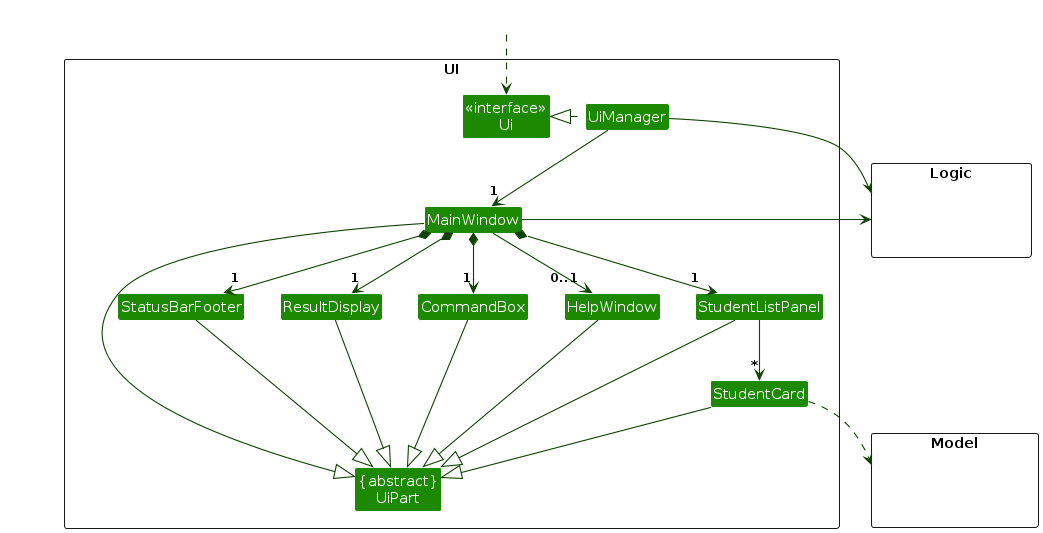
Above: diagrams/UiClassDiagram.png in AY2324S1-CS2103T-T11-1/tp (PlantUML), before the change. Its source is kept beside it as diagrams/UiClassDiagram.puml.
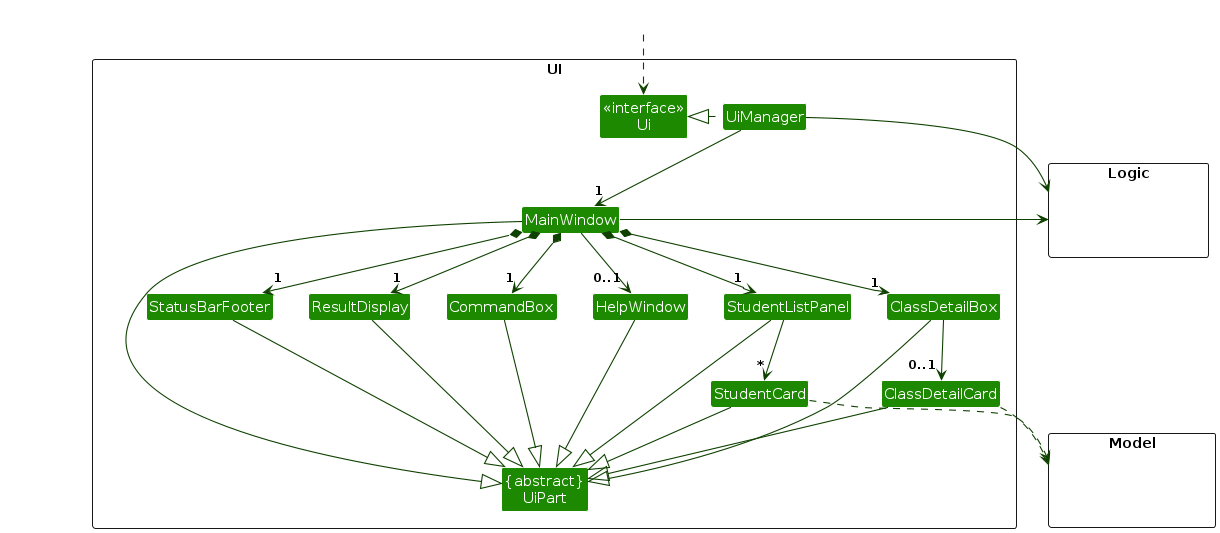
After the change.

What changed in the source:
```diff
@@ -15,6 +15,8 @@
 Class StudentCard
 Class StatusBarFooter
 Class CommandBox
+Class ClassDetailBox
+Class ClassDetailCard
 }
 
 package Model <<Rectangle>> {
@@ -34,9 +36,11 @@
 MainWindow *-down-> "1" ResultDisplay
 MainWindow *-down-> "1" StudentListPanel
 MainWindow *-down-> "1" StatusBarFooter
+MainWindow *-down-> "1" ClassDetailBox
 MainWindow --> "0..1" HelpWindow
 
 StudentListPanel -down-> "*" StudentCard
+ClassDetailBox -down-> "0..1" ClassDetailCard
 
 MainWindow -left-|> UiPart
 
@@ -46,8 +50,11 @@
 StudentCard --|> UiPart
 StatusBarFooter --|> UiPart
 HelpWindow --|> UiPart
+ClassDetailCard --|> UiPart
+ClassDetailBox --|> UiPart
 
 StudentCard ..> Model
+ClassDetailCard ..> Model
 UiManager -right-> Logic
 MainWindow -left-> Logic
 
```
